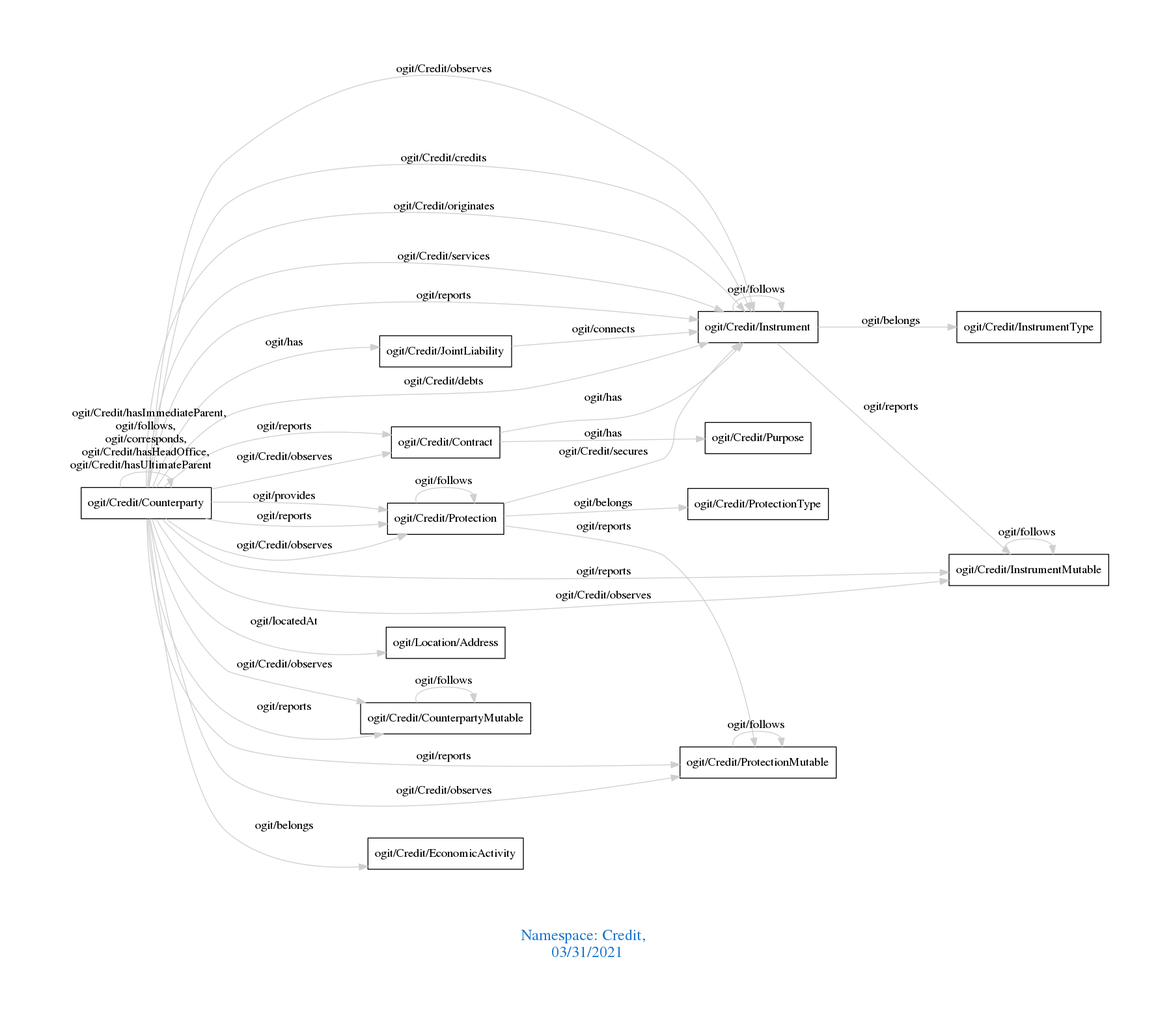
Before: downloads/Credit.png, a diagram exported from Graphviz (arago/OGIT). Its source is kept beside it as downloads/Credit.dot.
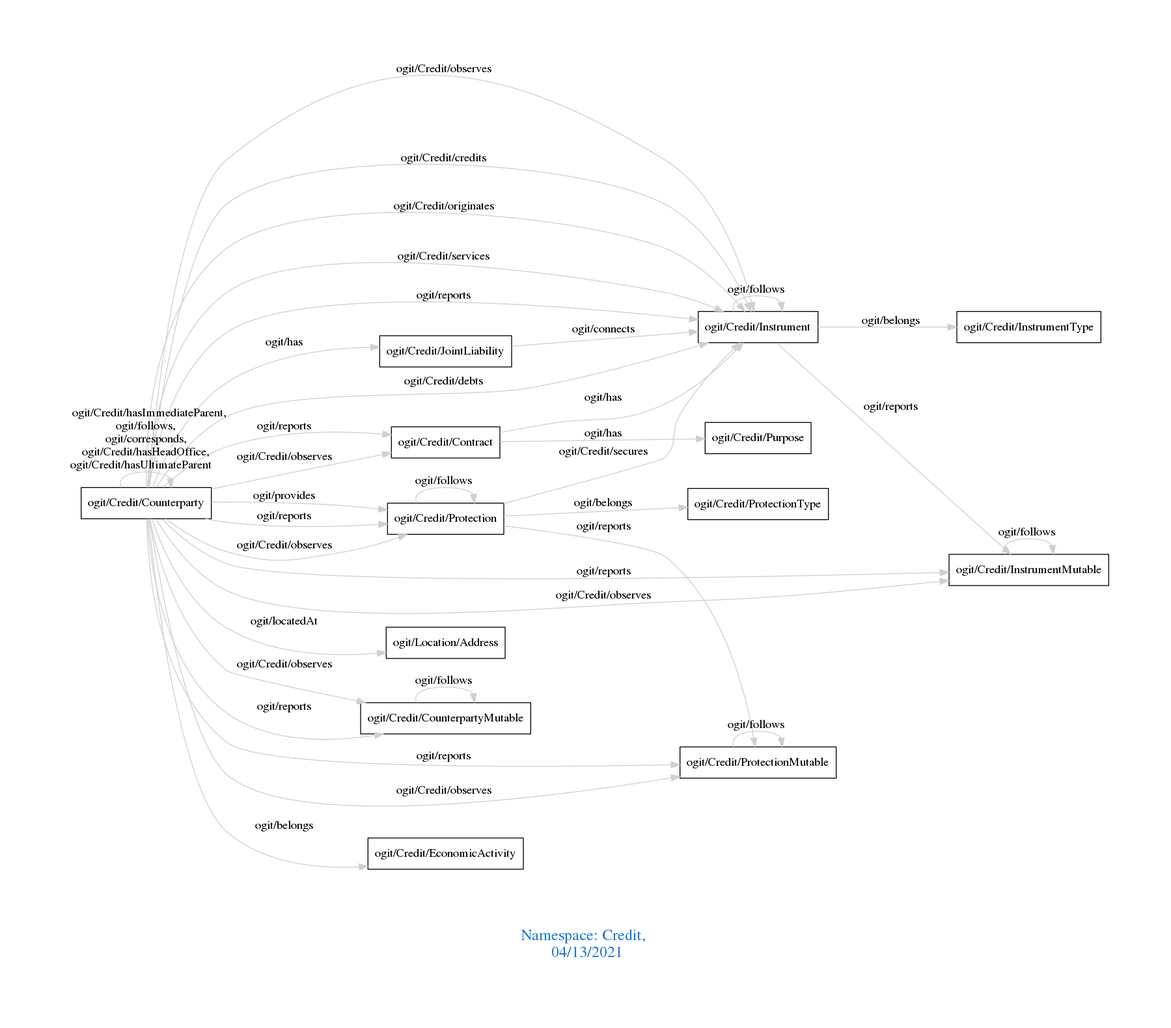
After the change.

What changed in the source:
```diff
@@ -1,7 +1,7 @@
 digraph OGIT_ontology {
  graph [ rankdir= LR,pad=1
 fontsize = 18,
-fontcolor= dodgerblue3,label = "\n\n\nNamespace: Credit, \n 03/31/2021"];
+fontcolor= dodgerblue3,label = "\n\n\nNamespace: Credit, \n 04/13/2021"];
 node[shape=polygon];
 edge [  color="gray81"];
 
```
